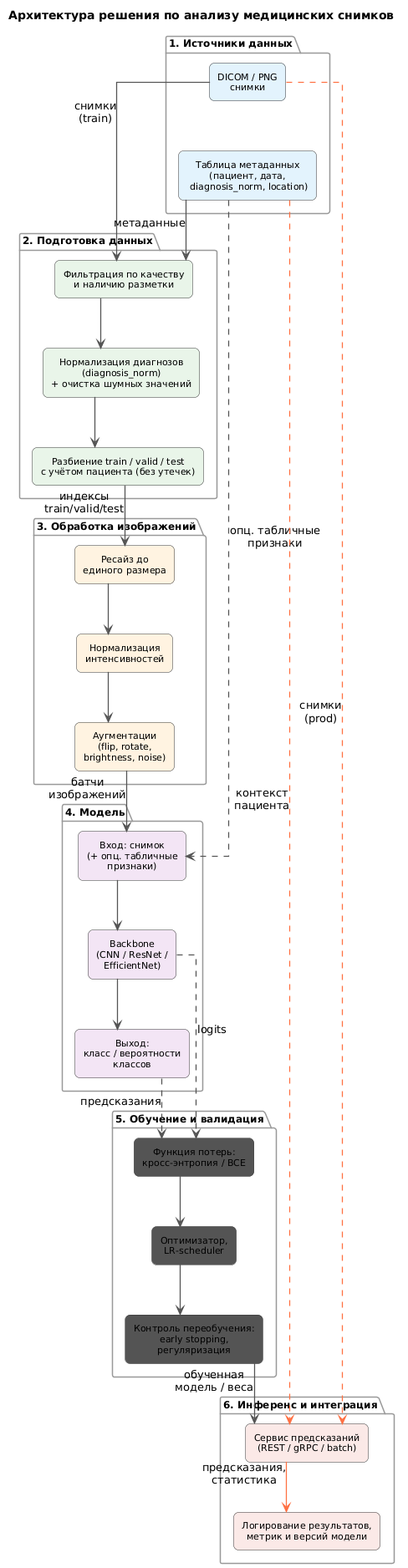
Earlier version of the PlantUML export image/flow.png (vbaryshev/spark). The source it was exported from:
```plantuml
@startuml
title Архитектура решения по анализу медицинских снимков

top to bottom direction
skinparam shadowing false
skinparam linetype ortho
skinparam ArrowColor #555555
skinparam ArrowThickness 1.3
skinparam defaultTextAlignment center

skinparam rectangle {
  RoundCorner 12
  BorderColor #333333
  FontSize 11
}

skinparam package {
  BorderColor #999999
  BackgroundColor #FFFFFF
  FontSize 12
  FontStyle bold
}

!define COL_SOURCE    E3F2FD
!define COL_PREP      E8F5E9
!define COL_IMG       FFF3E0
!define COL_MODEL     F3E5F5
!define COL_TRAIN     E0F7FA
!define COL_INF       FBE9E7

!define COL_TRAIN     555555
!define COL_INFER     FF7043

package "1. Источники данных" as P1 {
  rectangle "DICOM / PNG\nснимки" as Images #COL_SOURCE
  rectangle "Таблица метаданных\n(пациент, дата,\n diagnosis_norm, location)" as Meta #COL_SOURCE
}

package "2. Подготовка данных" as P2 {
  rectangle "Фильтрация по качеству\nи наличию разметки" as Filter #COL_PREP
  rectangle "Нормализация диагнозов\n(diagnosis_norm)\n+ очистка шумных значений" as NormDiag #COL_PREP
  rectangle "Разбиение train / valid / test\nс учётом пациента (без утечек)" as Split #COL_PREP
}

package "3. Обработка изображений" as P3 {
  rectangle "Ресайз до\nединого размера" as Resize #COL_IMG
  rectangle "Нормализация\nинтенсивностей" as NormInt #COL_IMG
  rectangle "Аугментации\n(flip, rotate,\nbrightness, noise)" as Aug #COL_IMG
}

package "4. Модель" as P4 {
  rectangle "Вход: снимок\n(+ опц. табличные\nпризнаки)" as Input #COL_MODEL
  rectangle "Backbone\n(CNN / ResNet /\nEfficientNet)" as Backbone #COL_MODEL
  rectangle "Выход:\nкласс / вероятности\nклассов" as Output #COL_MODEL
}

package "5. Обучение и валидация" as P5 {
  rectangle "Функция потерь:\nкросс-энтропия / BCE" as Loss #COL_TRAIN
  rectangle "Оптимизатор,\nLR-scheduler" as Opt #COL_TRAIN
  rectangle "Контроль переобучения:\nearly stopping,\nрегуляризация" as Reg #COL_TRAIN
}

package "6. Инференс и интеграция" as P6 {
  rectangle "Сервис предсказаний\n(REST / gRPC / batch)" as Service #COL_INF
  rectangle "Логирование результатов,\nметрик и версий модели" as Logging #COL_INF
}


Images -[#COL_TRAIN]-> Filter : снимки\n(train)
Meta   -[#COL_TRAIN]-> Filter : метаданные

Filter    -[#COL_TRAIN]-> NormDiag
NormDiag  -[#COL_TRAIN]-> Split

Split   -[#COL_TRAIN]-> Resize : индексы\ntrain/valid/test
Resize  -[#COL_TRAIN]-> NormInt
NormInt -[#COL_TRAIN]-> Aug

Aug     -[#COL_TRAIN]-> Input : батчи\nизображений
Meta    -[#COL_TRAIN,dashed]-> Input : опц. табличные\nпризнаки

Input   -[#COL_TRAIN]-> Backbone

Backbone -[#COL_TRAIN]-> Output
Backbone -[#COL_TRAIN,dashed]-> Loss : logits
Output   -[#COL_TRAIN,dashed]-> Loss : предсказания

Loss -[#COL_TRAIN]-> Opt
Opt  -[#COL_TRAIN]-> Reg

Reg -[#COL_TRAIN]-> Service : обученная\nмодель / веса


Images -[#COL_INFER,dashed]-> Service : снимки\n(prod)
Meta   -[#COL_INFER,dashed]-> Service : контекст\nпациента

Service -[#COL_INFER]-> Logging : предсказания,\nстатистика

Images -[hidden]- Meta
Filter -[hidden]- NormDiag
NormDiag -[hidden]- Split
Resize -[hidden]- NormInt
NormInt -[hidden]- Aug
Input -[hidden]- Backbone
Backbone -[hidden]- Output
Loss -[hidden]- Opt
Opt -[hidden]- Reg
Service -[hidden]- Logging
@enduml
```
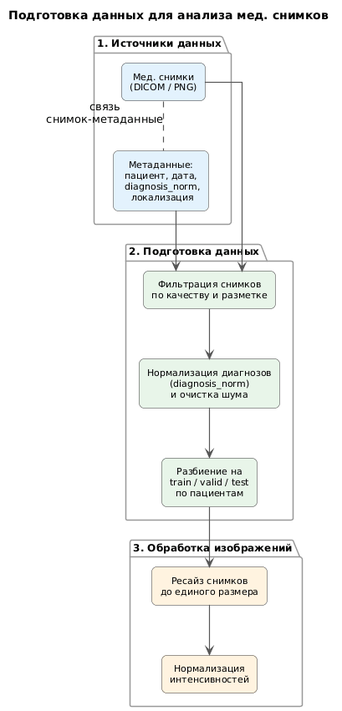
The same diagram one commit later.

The edit, as a diff of the source:
```diff
@@ -1,17 +1,20 @@
 @startuml
-title Архитектура решения по анализу медицинских снимков
+title Подготовка данных для анализа мед. снимков
 
 top to bottom direction
+
 skinparam shadowing false
 skinparam linetype ortho
 skinparam ArrowColor #555555
-skinparam ArrowThickness 1.3
+skinparam ArrowThickness 1.2
+
 skinparam defaultTextAlignment center
 
 skinparam rectangle {
   RoundCorner 12
   BorderColor #333333
   FontSize 11
+  Padding 8
 }
 
 skinparam package {
@@ -24,86 +27,31 @@
 !define COL_SOURCE    E3F2FD
 !define COL_PREP      E8F5E9
 !define COL_IMG       FFF3E0
-!define COL_MODEL     F3E5F5
-!define COL_TRAIN     E0F7FA
-!define COL_INF       FBE9E7
-
-!define COL_TRAIN     555555
-!define COL_INFER     FF7043
 
 package "1. Источники данных" as P1 {
-  rectangle "DICOM / PNG\nснимки" as Images #COL_SOURCE
-  rectangle "Таблица метаданных\n(пациент, дата,\n diagnosis_norm, location)" as Meta #COL_SOURCE
+  rectangle "Мед. снимки\n(DICOM / PNG)" as Images #COL_SOURCE
+  rectangle "Метаданные:\nпациент, дата,\n diagnosis_norm,\n локализация" as Meta #COL_SOURCE
 }
 
 package "2. Подготовка данных" as P2 {
-  rectangle "Фильтрация по качеству\nи наличию разметки" as Filter #COL_PREP
-  rectangle "Нормализация диагнозов\n(diagnosis_norm)\n+ очистка шумных значений" as NormDiag #COL_PREP
-  rectangle "Разбиение train / valid / test\nс учётом пациента (без утечек)" as Split #COL_PREP
+  rectangle "Фильтрация снимков\nпо качеству и разметке" as Filter #COL_PREP
+  rectangle "Нормализация диагнозов\n(diagnosis_norm)\nи очистка шума" as NormDiag #COL_PREP
+  rectangle "Разбиение на\ntrain / valid / test\nпо пациентам" as Split #COL_PREP
 }
 
 package "3. Обработка изображений" as P3 {
-  rectangle "Ресайз до\nединого размера" as Resize #COL_IMG
+  rectangle "Ресайз снимков\nдо единого размера" as Resize #COL_IMG
   rectangle "Нормализация\nинтенсивностей" as NormInt #COL_IMG
-  rectangle "Аугментации\n(flip, rotate,\nbrightness, noise)" as Aug #COL_IMG
 }
 
-package "4. Модель" as P4 {
-  rectangle "Вход: снимок\n(+ опц. табличные\nпризнаки)" as Input #COL_MODEL
-  rectangle "Backbone\n(CNN / ResNet /\nEfficientNet)" as Backbone #COL_MODEL
-  rectangle "Выход:\nкласс / вероятности\nклассов" as Output #COL_MODEL
-}
+Images --> Filter
+Meta   --> Filter
 
-package "5. Обучение и валидация" as P5 {
-  rectangle "Функция потерь:\nкросс-энтропия / BCE" as Loss #COL_TRAIN
-  rectangle "Оптимизатор,\nLR-scheduler" as Opt #COL_TRAIN
-  rectangle "Контроль переобучения:\nearly stopping,\nрегуляризация" as Reg #COL_TRAIN
-}
+Filter   --> NormDiag
+NormDiag --> Split
 
-package "6. Инференс и интеграция" as P6 {
-  rectangle "Сервис предсказаний\n(REST / gRPC / batch)" as Service #COL_INF
-  rectangle "Логирование результатов,\nметрик и версий модели" as Logging #COL_INF
-}
+Split  --> Resize
+Resize --> NormInt
 
-
-Images -[#COL_TRAIN]-> Filter : снимки\n(train)
-Meta   -[#COL_TRAIN]-> Filter : метаданные
-
-Filter    -[#COL_TRAIN]-> NormDiag
-NormDiag  -[#COL_TRAIN]-> Split
-
-Split   -[#COL_TRAIN]-> Resize : индексы\ntrain/valid/test
-Resize  -[#COL_TRAIN]-> NormInt
-NormInt -[#COL_TRAIN]-> Aug
-
-Aug     -[#COL_TRAIN]-> Input : батчи\nизображений
-Meta    -[#COL_TRAIN,dashed]-> Input : опц. табличные\nпризнаки
-
-Input   -[#COL_TRAIN]-> Backbone
-
-Backbone -[#COL_TRAIN]-> Output
-Backbone -[#COL_TRAIN,dashed]-> Loss : logits
-Output   -[#COL_TRAIN,dashed]-> Loss : предсказания
-
-Loss -[#COL_TRAIN]-> Opt
-Opt  -[#COL_TRAIN]-> Reg
-
-Reg -[#COL_TRAIN]-> Service : обученная\nмодель / веса
-
-
-Images -[#COL_INFER,dashed]-> Service : снимки\n(prod)
-Meta   -[#COL_INFER,dashed]-> Service : контекст\nпациента
-
-Service -[#COL_INFER]-> Logging : предсказания,\nстатистика
-
-Images -[hidden]- Meta
-Filter -[hidden]- NormDiag
-NormDiag -[hidden]- Split
-Resize -[hidden]- NormInt
-NormInt -[hidden]- Aug
-Input -[hidden]- Backbone
-Backbone -[hidden]- Output
-Loss -[hidden]- Opt
-Opt -[hidden]- Reg
-Service -[hidden]- Logging
+Images -[dashed]- Meta : связь\nснимок-метаданные
 @enduml
```
